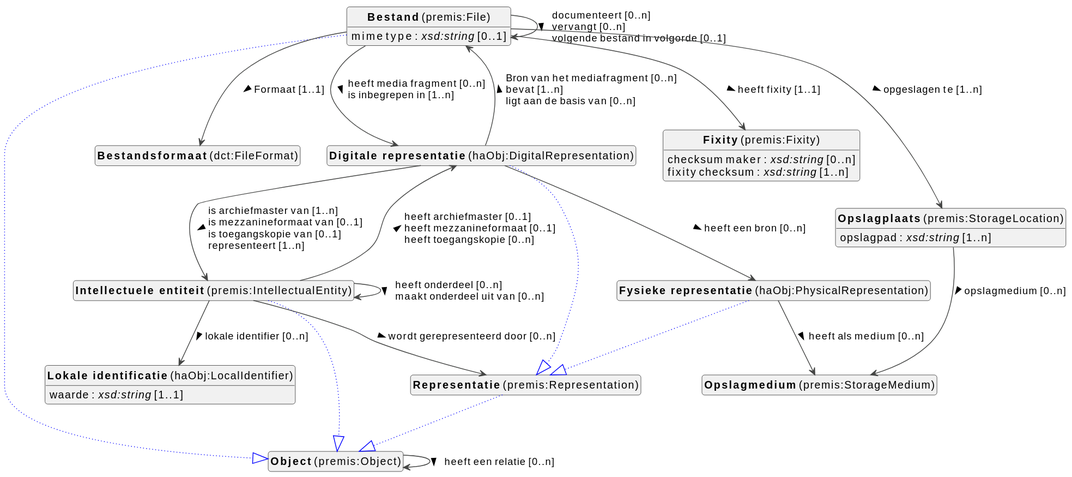
Earlier version of the PlantUML export docs/metadata/knowledge-graph/0.0.1/object/nl/object-diagram.svg (viaacode/documentation-jekyll).
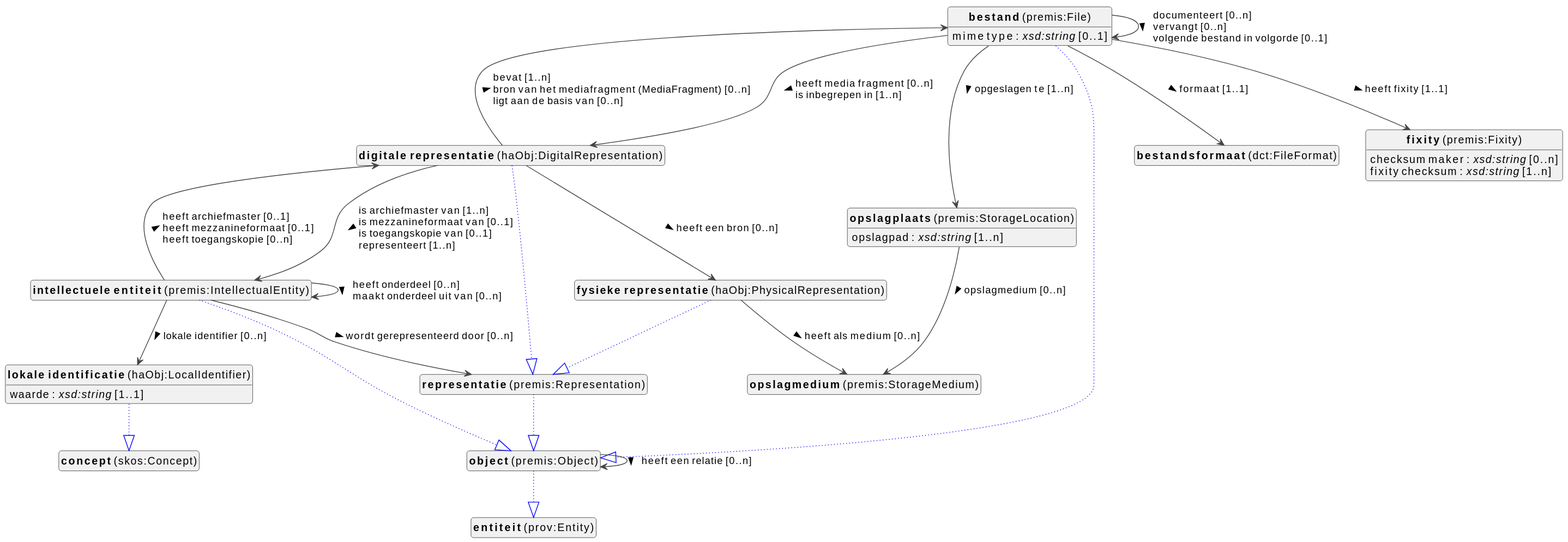
The same file after the commit.

What changed in the source:
```diff
@@ -10,27 +10,29 @@
 top to bottom direction
 
 
-class "<b>Bestand</b> (premis:File)" as premis_File [[#premis%3AFile]]
-class "<b>Object</b> (premis:Object)" as premis_Object [[#premis%3AObject]]
-class "<b>Bestandsformaat</b> (dct:FileFormat)" as dct_FileFormat [[#dct%3AFileFormat]]
-class "<b>Digitale representatie</b> (haObj:DigitalRepresentation)" as haObj_DigitalRepresentation [[#haObj%3ADigitalRepresentation]]
-class "<b>Representatie</b> (premis:Representation)" as premis_Representation [[#premis%3ARepresentation]]
-class "<b>Fixity</b> (premis:Fixity)" as premis_Fixity [[#premis%3AFixity]]
-class "<b>Fysieke representatie</b> (haObj:PhysicalRepresentation)" as haObj_PhysicalRepresentation [[#haObj%3APhysicalRepresentation]]
-class "<b>Representatie</b> (premis:Representation)" as premis_Representation [[#premis%3ARepresentation]]
-class "<b>Intellectuele entiteit</b> (premis:IntellectualEntity)" as premis_IntellectualEntity [[#premis%3AIntellectualEntity]]
-class "<b>Object</b> (premis:Object)" as premis_Object [[#premis%3AObject]]
-class "<b>Lokale identificatie</b> (haObj:LocalIdentifier)" as haObj_LocalIdentifier [[#haObj%3ALocalIdentifier]]
-class "<b>Object</b> (premis:Object)" as premis_Object [[#premis%3AObject]]
-class "<b>Opslagmedium</b> (premis:StorageMedium)" as premis_StorageMedium [[#premis%3AStorageMedium]]
-class "<b>Opslagplaats</b> (premis:StorageLocation)" as premis_StorageLocation [[#premis%3AStorageLocation]]
-class "<b>Representatie</b> (premis:Representation)" as premis_Representation [[#premis%3ARepresentation]]
-class "<b>Object</b> (premis:Object)" as premis_Object [[#premis%3AObject]]
+class "<b>bestand</b> (premis:File)" as premis_File [[#premis%3AFile]]
+class "<b>object</b> (premis:Object)" as premis_Object [[#premis%3AObject]]
+class "<b>bestandsformaat</b> (dct:FileFormat)" as dct_FileFormat [[#dct%3AFileFormat]]
+class "<b>digitale representatie</b> (haObj:DigitalRepresentation)" as haObj_DigitalRepresentation [[#haObj%3ADigitalRepresentation]]
+class "<b>representatie</b> (premis:Representation)" as premis_Representation [[#premis%3ARepresentation]]
+class "<b>fixity</b> (premis:Fixity)" as premis_Fixity [[#premis%3AFixity]]
+class "<b>fysieke representatie</b> (haObj:PhysicalRepresentation)" as haObj_PhysicalRepresentation [[#haObj%3APhysicalRepresentation]]
+class "<b>representatie</b> (premis:Representation)" as premis_Representation [[#premis%3ARepresentation]]
+class "<b>intellectuele entiteit</b> (premis:IntellectualEntity)" as premis_IntellectualEntity [[#premis%3AIntellectualEntity]]
+class "<b>object</b> (premis:Object)" as premis_Object [[#premis%3AObject]]
+class "<b>lokale identificatie</b> (haObj:LocalIdentifier)" as haObj_LocalIdentifier [[#haObj%3ALocalIdentifier]]
+class "<b>concept</b> (skos:Concept)" as skos_Concept [[#skos%3AConcept]]
+class "<b>object</b> (premis:Object)" as premis_Object [[#premis%3AObject]]
+class "<b>entiteit</b> (prov:Entity)" as prov_Entity [[#prov%3AEntity]]
+class "<b>opslagmedium</b> (premis:StorageMedium)" as premis_StorageMedium [[#premis%3AStorageMedium]]
+class "<b>opslagplaats</b> (premis:StorageLocation)" as premis_StorageLocation [[#premis%3AStorageLocation]]
+class "<b>representatie</b> (premis:Representation)" as premis_Representation [[#premis%3ARepresentation]]
+class "<b>object</b> (premis:Object)" as premis_Object [[#premis%3AObject]]
 
 premis_File --|> premis_Object #blue;line.dotted;text:blue
 
 premis_File : mime type : <i>xsd:string</i> [0..1]
-premis_File --> dct_FileFormat :Formaat [1..1]  >
+premis_File --> dct_FileFormat :formaat [1..1]  >
 premis_File --> haObj_DigitalRepresentation :heeft media fragment [0..n]  \lis inbegrepen in [1..n]  >
 premis_File --> premis_File :documenteert [0..n]  \lvervangt [0..n]  \lvolgende bestand in volgorde [0..1]  >
 premis_File --> premis_Fixity :heeft fixity [1..1]  >
@@ -42,7 +44,7 @@
 haObj_DigitalRepresentation --|> premis_Representation #blue;line.dotted;text:blue
 
 haObj_DigitalRepresentation --> haObj_PhysicalRepresentation :heeft een bron [0..n]  >
-haObj_DigitalRepresentation --> premis_File :Bron van het mediafragment [0..n]  \lbevat [1..n]  \lligt aan de basis van [0..n]  >
+haObj_DigitalRepresentation --> premis_File :bevat [1..n]  \lbron van het mediafragment (MediaFragment) [0..n]  \lligt aan de basis van [0..n]  >
 haObj_DigitalRepresentation --> premis_IntellectualEntity :is archiefmaster van [1..n]  \lis mezzanineformaat van [0..1]  \lis toegangskopie van [0..1]  \lrepresenteert [1..n]  >
 
 
@@ -61,10 +63,12 @@
 premis_IntellectualEntity --> premis_IntellectualEntity :heeft onderdeel [0..n]  \lmaakt onderdeel uit van [0..n]  >
 premis_IntellectualEntity --> premis_Representation :wordt gerepresenteerd door [0..n]  >
 
+haObj_LocalIdentifier --|> skos_Concept #blue;line.dotted;text:blue
 
 haObj_LocalIdentifier : waarde : <i>xsd:string</i> [1..1]
 
 
+premis_Object --|> prov_Entity #blue;line.dotted;text:blue
 
 premis_Object --> premis_Object :heeft een relatie [0..n]  >
 
```
